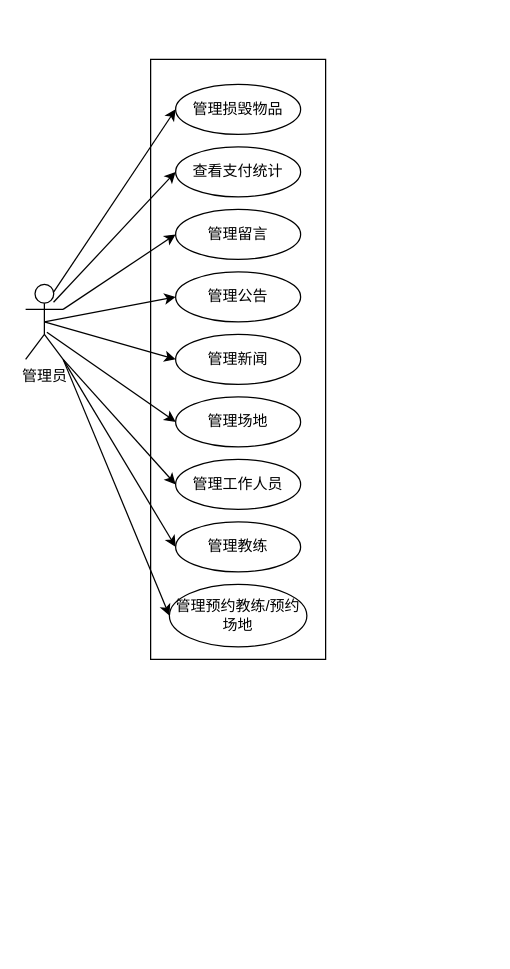
This is page "管理员用例" (4 of 9) of 未命名绘图.drawio from 194568/test1, a draw.io file, before an edit. Source tidied: cells renumbered, new cells numbered last; positions are measured from the earlier drawing's top-left corner, leaving out a move shared by most shapes. Both pictures are drawn from the tidied source at 125%, with x=0, y=0 at pixel (-62, 84).
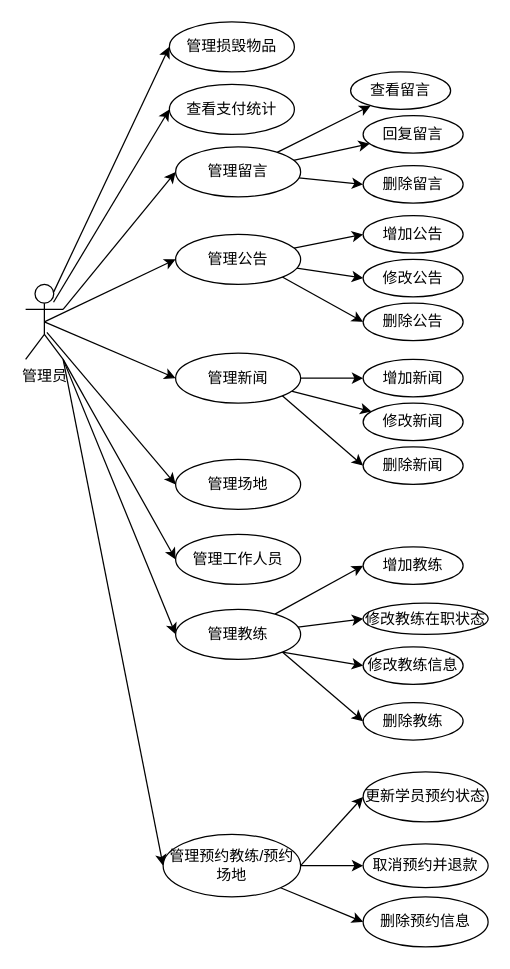
The same diagram, later.

The edit, as a diff of the source:
```diff
@@
     <mxCell id="12" value="管理损毁物品" style="ellipse;whiteSpace=wrap;html=1;" parent="1" vertex="1">
-      <mxGeometry x="190" width="100" height="40" as="geometry" />
+      <mxGeometry x="185" y="-50" width="100" height="40" as="geometry" />
     </mxCell>
     <mxCell id="13" value="查看支付统计" style="ellipse;whiteSpace=wrap;html=1;" parent="1" vertex="1">
-      <mxGeometry x="190" y="50" width="100" height="40" as="geometry" />
+      <mxGeometry x="185" width="100" height="40" as="geometry" />
     </mxCell>
+    <mxCell id="22" style="rounded=0;jettySize=auto;html=1;" parent="1" edge="1" source="14" target="38">
+      <mxGeometry relative="1" as="geometry" />
+    </mxCell>
+    <mxCell id="23" style="rounded=0;jettySize=auto;html=1;" parent="1" edge="1" source="14" target="39">
+      <mxGeometry relative="1" as="geometry" />
+    </mxCell>
+    <mxCell id="24" style="rounded=0;jettySize=auto;html=1;entryX=0;entryY=0.5;entryDx=0;entryDy=0;" parent="1" edge="1" source="14" target="40">
+      <mxGeometry relative="1" as="geometry" />
+    </mxCell>
     <mxCell id="14" value="管理留言" style="ellipse;whiteSpace=wrap;html=1;" parent="1" vertex="1">
-      <mxGeometry x="190" y="100" width="100" height="40" as="geometry" />
+      <mxGeometry x="190" y="50" width="100" height="40" as="geometry" />
     </mxCell>
+    <mxCell id="25" style="rounded=0;jettySize=auto;html=1;entryX=0;entryY=0.5;entryDx=0;entryDy=0;" parent="1" edge="1" source="15" target="41">
+      <mxGeometry relative="1" as="geometry" />
+    </mxCell>
+    <mxCell id="26" style="rounded=0;jettySize=auto;html=1;entryX=0;entryY=0.5;entryDx=0;entryDy=0;" parent="1" edge="1" source="15" target="42">
+      <mxGeometry relative="1" as="geometry" />
+    </mxCell>
+    <mxCell id="27" style="rounded=0;jettySize=auto;html=1;exitX=1;exitY=1;exitDx=0;exitDy=0;entryX=0;entryY=0.5;entryDx=0;entryDy=0;" parent="1" edge="1" source="15" target="43">
+      <mxGeometry relative="1" as="geometry" />
+    </mxCell>
     <mxCell id="15" value="管理公告" style="ellipse;whiteSpace=wrap;html=1;" parent="1" vertex="1">
-      <mxGeometry x="190" y="150" width="100" height="40" as="geometry" />
+      <mxGeometry x="190" y="120" width="100" height="40" as="geometry" />
     </mxCell>
+    <mxCell id="28" style="rounded=0;jettySize=auto;html=1;" parent="1" edge="1" source="16" target="45">
+      <mxGeometry relative="1" as="geometry" />
+    </mxCell>
+    <mxCell id="29" style="edgeStyle=orthogonalEdgeStyle;rounded=0;jettySize=auto;html=1;entryX=0;entryY=0.5;entryDx=0;entryDy=0;" parent="1" edge="1" source="16" target="44">
+      <mxGeometry relative="1" as="geometry" />
+    </mxCell>
+    <mxCell id="30" style="rounded=0;jettySize=auto;html=1;exitX=1;exitY=1;exitDx=0;exitDy=0;entryX=0;entryY=0.5;entryDx=0;entryDy=0;" parent="1" edge="1" source="16" target="46">
+      <mxGeometry relative="1" as="geometry" />
+    </mxCell>
     <mxCell id="16" value="管理新闻" style="ellipse;whiteSpace=wrap;html=1;" parent="1" vertex="1">
-      <mxGeometry x="190" y="200" width="100" height="40" as="geometry" />
+      <mxGeometry x="190" y="215" width="100" height="40" as="geometry" />
     </mxCell>
     <mxCell id="17" value="管理场地" style="ellipse;whiteSpace=wrap;html=1;" parent="1" vertex="1">
-      <mxGeometry x="190" y="250" width="100" height="40" as="geometry" />
+      <mxGeometry x="190" y="300" width="100" height="40" as="geometry" />
     </mxCell>
     <mxCell id="18" value="管理工作人员" style="ellipse;whiteSpace=wrap;html=1;" parent="1" vertex="1">
-      <mxGeometry x="190" y="300" width="100" height="40" as="geometry" />
+      <mxGeometry x="190" y="360" width="100" height="40" as="geometry" />
     </mxCell>
+    <mxCell id="31" style="rounded=0;jettySize=auto;html=1;entryX=0;entryY=0.5;entryDx=0;entryDy=0;" parent="1" edge="1" source="19" target="47">
+      <mxGeometry relative="1" as="geometry" />
+    </mxCell>
+    <mxCell id="32" style="rounded=0;jettySize=auto;html=1;entryX=0;entryY=0.5;entryDx=0;entryDy=0;" parent="1" edge="1" source="19" target="48">
+      <mxGeometry relative="1" as="geometry" />
+    </mxCell>
+    <mxCell id="33" style="rounded=0;jettySize=auto;html=1;exitX=1;exitY=1;exitDx=0;exitDy=0;entryX=0;entryY=0.5;entryDx=0;entryDy=0;" parent="1" edge="1" source="19" target="49">
+      <mxGeometry relative="1" as="geometry" />
+    </mxCell>
+    <mxCell id="34" style="rounded=0;jettySize=auto;html=1;exitX=1;exitY=1;exitDx=0;exitDy=0;entryX=0;entryY=0.5;entryDx=0;entryDy=0;" parent="1" edge="1" source="19" target="50">
+      <mxGeometry relative="1" as="geometry" />
+    </mxCell>
     <mxCell id="19" value="管理教练" style="ellipse;whiteSpace=wrap;html=1;" parent="1" vertex="1">
-      <mxGeometry x="190" y="350" width="100" height="40" as="geometry" />
+      <mxGeometry x="190" y="420" width="100" height="40" as="geometry" />
     </mxCell>
+    <mxCell id="35" style="rounded=0;jettySize=auto;html=1;exitX=1;exitY=0.5;exitDx=0;exitDy=0;entryX=0;entryY=0.5;entryDx=0;entryDy=0;" parent="1" edge="1" source="20" target="51">
+      <mxGeometry relative="1" as="geometry" />
+    </mxCell>
+    <mxCell id="36" style="edgeStyle=orthogonalEdgeStyle;rounded=0;jettySize=auto;html=1;entryX=0;entryY=0.5;entryDx=0;entryDy=0;" parent="1" edge="1" source="20" target="52">
+      <mxGeometry relative="1" as="geometry" />
+    </mxCell>
+    <mxCell id="37" style="rounded=0;jettySize=auto;html=1;exitX=1;exitY=1;exitDx=0;exitDy=0;entryX=0;entryY=0.5;entryDx=0;entryDy=0;" parent="1" edge="1" source="20" target="53">
+      <mxGeometry relative="1" as="geometry" />
+    </mxCell>
     <mxCell id="20" value="管理预约教练/预约场地" style="ellipse;whiteSpace=wrap;html=1;" parent="1" vertex="1">
-      <mxGeometry x="185" y="400" width="110" height="50" as="geometry" />
+      <mxGeometry x="180" y="600" width="110" height="50" as="geometry" />
     </mxCell>
-    <mxCell id="21" style="rounded=0;whiteSpace=wrap;html=1;rotation=90;fillColor=none;" parent="1" vertex="1">
-      <mxGeometry y="150" width="480" height="140" as="geometry" />
-    </mxCell>
+    <mxCell id="38" value="查看留言" style="ellipse;whiteSpace=wrap;html=1;" parent="1" vertex="1">
+      <mxGeometry x="330" y="-10" width="80" height="30" as="geometry" />
+    </mxCell>
+    <mxCell id="39" value="回复留言" style="ellipse;whiteSpace=wrap;html=1;" parent="1" vertex="1">
+      <mxGeometry x="340" y="25" width="80" height="30" as="geometry" />
+    </mxCell>
+    <mxCell id="40" value="删除留言" style="ellipse;whiteSpace=wrap;html=1;" parent="1" vertex="1">
+      <mxGeometry x="340" y="65" width="80" height="30" as="geometry" />
+    </mxCell>
+    <mxCell id="41" value="增加公告" style="ellipse;whiteSpace=wrap;html=1;" parent="1" vertex="1">
+      <mxGeometry x="340" y="105" width="80" height="30" as="geometry" />
+    </mxCell>
+    <mxCell id="42" value="修改公告" style="ellipse;whiteSpace=wrap;html=1;" parent="1" vertex="1">
+      <mxGeometry x="340" y="140" width="80" height="30" as="geometry" />
+    </mxCell>
+    <mxCell id="43" value="删除公告" style="ellipse;whiteSpace=wrap;html=1;" parent="1" vertex="1">
+      <mxGeometry x="340" y="175" width="80" height="30" as="geometry" />
+    </mxCell>
+    <mxCell id="44" value="增加新闻" style="ellipse;whiteSpace=wrap;html=1;" parent="1" vertex="1">
+      <mxGeometry x="340" y="220" width="80" height="30" as="geometry" />
+    </mxCell>
+    <mxCell id="45" value="修改新闻" style="ellipse;whiteSpace=wrap;html=1;" parent="1" vertex="1">
+      <mxGeometry x="340" y="255" width="80" height="30" as="geometry" />
+    </mxCell>
+    <mxCell id="46" value="删除新闻" style="ellipse;whiteSpace=wrap;html=1;" parent="1" vertex="1">
+      <mxGeometry x="340" y="290" width="80" height="30" as="geometry" />
+    </mxCell>
+    <mxCell id="47" value="增加教练" style="ellipse;whiteSpace=wrap;html=1;" parent="1" vertex="1">
+      <mxGeometry x="340" y="370" width="80" height="30" as="geometry" />
+    </mxCell>
+    <mxCell id="48" value="修改教练在职状态" style="ellipse;whiteSpace=wrap;html=1;" parent="1" vertex="1">
+      <mxGeometry x="340" y="415" width="100" height="25" as="geometry" />
+    </mxCell>
+    <mxCell id="49" value="修改教练信息" style="ellipse;whiteSpace=wrap;html=1;" parent="1" vertex="1">
+      <mxGeometry x="340" y="450" width="80" height="30" as="geometry" />
+    </mxCell>
+    <mxCell id="50" value="删除教练" style="ellipse;whiteSpace=wrap;html=1;" parent="1" vertex="1">
+      <mxGeometry x="340" y="494.5" width="80" height="30" as="geometry" />
+    </mxCell>
+    <mxCell id="51" value="更新学员预约状态" style="ellipse;whiteSpace=wrap;html=1;" parent="1" vertex="1">
+      <mxGeometry x="340" y="550" width="100" height="40" as="geometry" />
+    </mxCell>
+    <mxCell id="52" value="取消预约并退款" style="ellipse;whiteSpace=wrap;html=1;" parent="1" vertex="1">
+      <mxGeometry x="340" y="607.5" width="100" height="35" as="geometry" />
+    </mxCell>
+    <mxCell id="53" value="删除预约信息" style="ellipse;whiteSpace=wrap;html=1;" parent="1" vertex="1">
+      <mxGeometry x="340" y="650" width="100" height="40" as="geometry" />
+    </mxCell>
```
